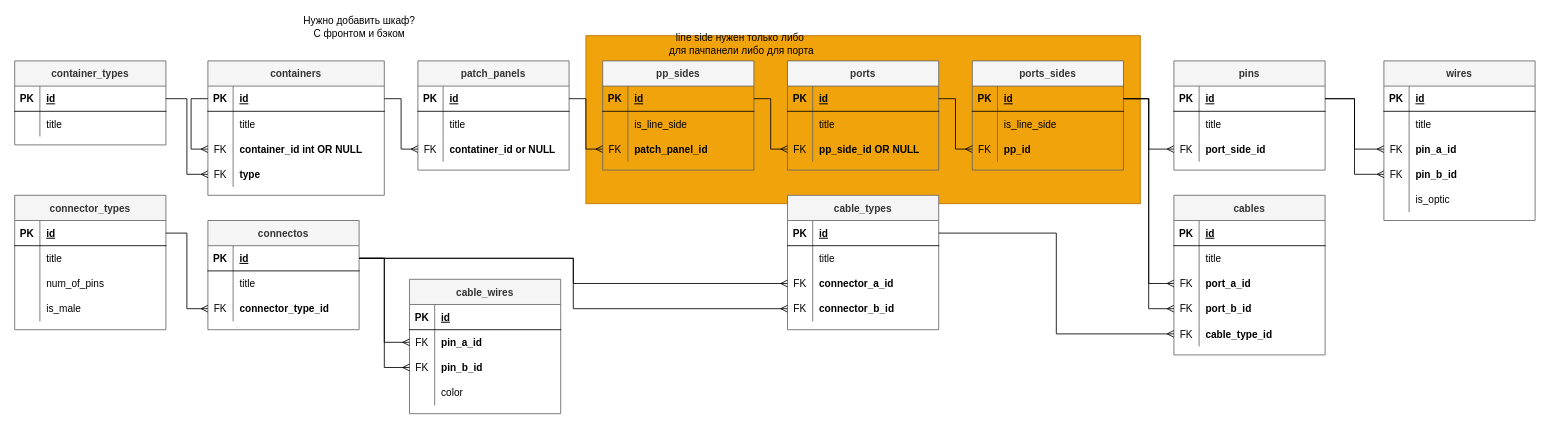
Above: ToDo/Db-Structure.drawio in Zakharlik/CrossJournal (draw.io), before the change. Source tidied: cells renumbered, new cells numbered last; positions are measured from the earlier drawing's top-left corner, leaving out a move shared by most shapes. Both pictures are drawn from the tidied source at 84%, with x=0, y=0 at pixel (14, 14).
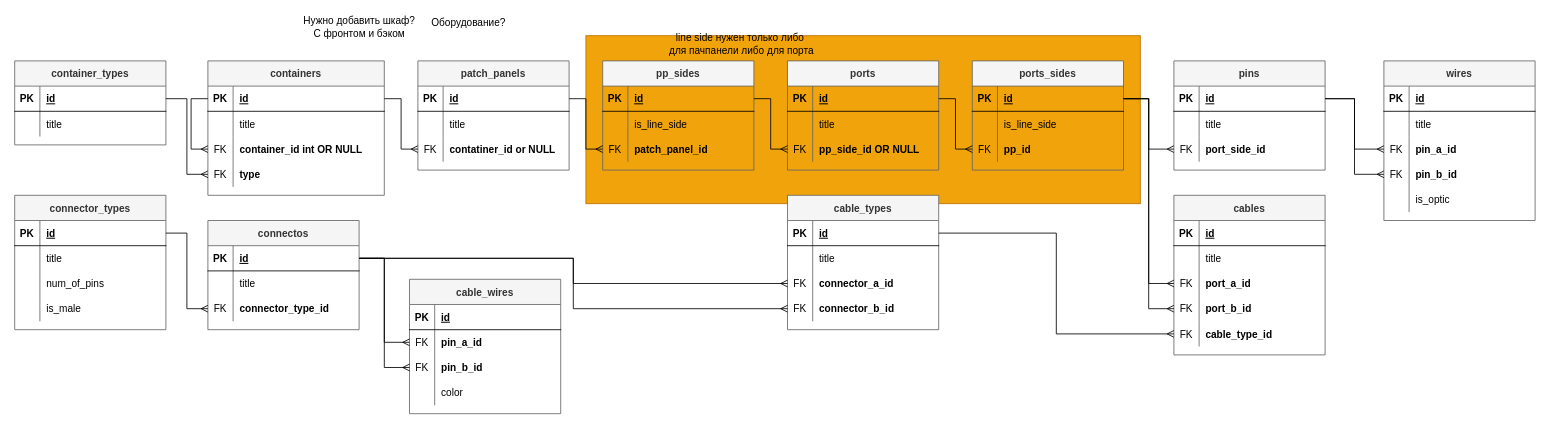
The same diagram, later.

Commit message:
Коменты к структуре DB

Diff of the diagram source:
```diff
@@
+    <mxCell id="173" value="Оборудование?" style="text;html=1;align=center;verticalAlign=middle;fillColor=none;strokeColor=none;rounded=0;" parent="1" vertex="1">
+      <mxGeometry x="490" width="100" height="20" as="geometry" />
+    </mxCell>
```
